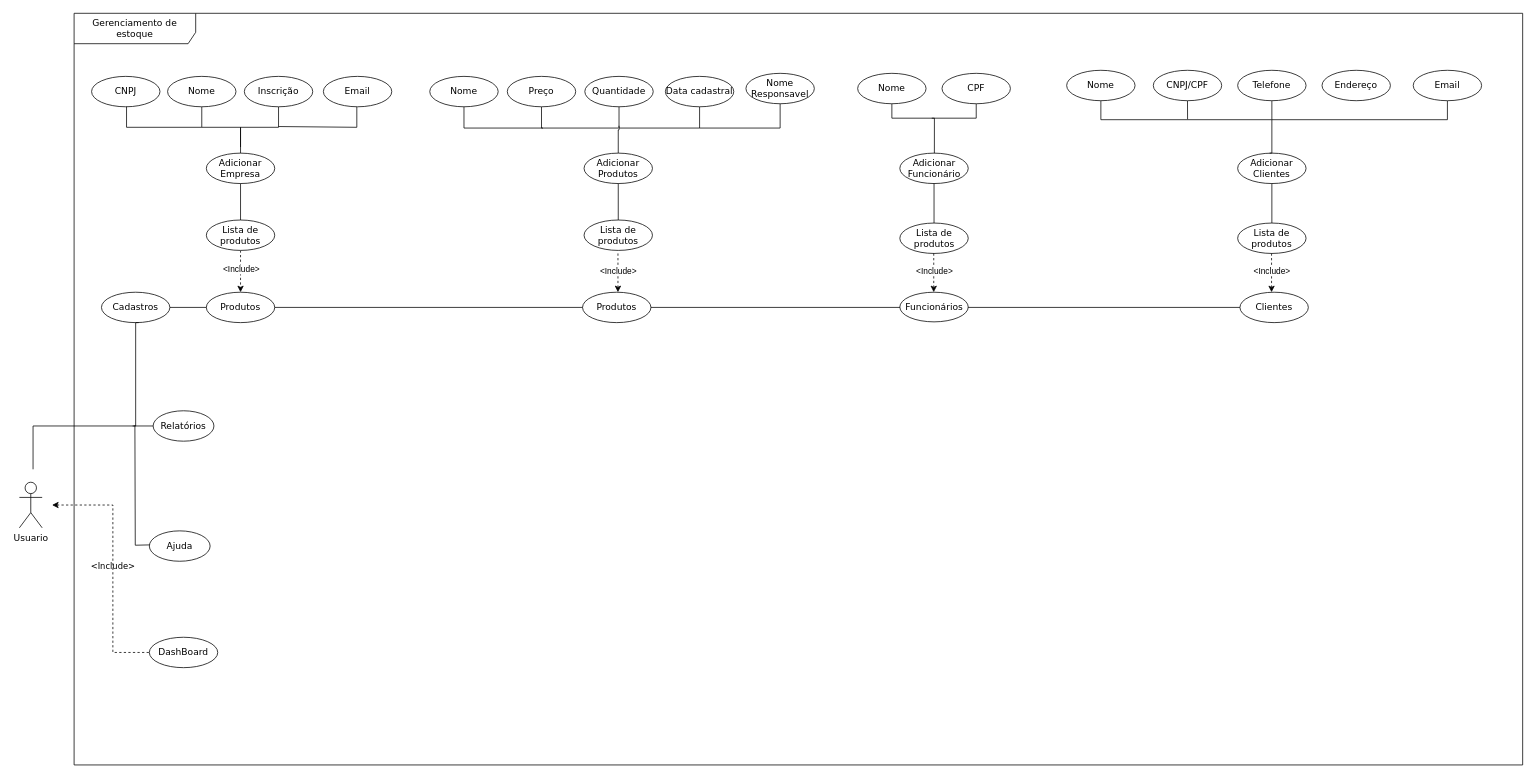
Earlier version of the draw.io diagram Esboço funcional do sistema.drawio (Tenpo0000/Sistema-Gerenciador-de-estoque). Source tidied: cells renumbered, new cells numbered last; positions are measured from the earlier drawing's top-left corner, leaving out a move shared by most shapes. Both pictures are drawn from the tidied source at 76%, with x=0, y=0 at pixel (19, 13).
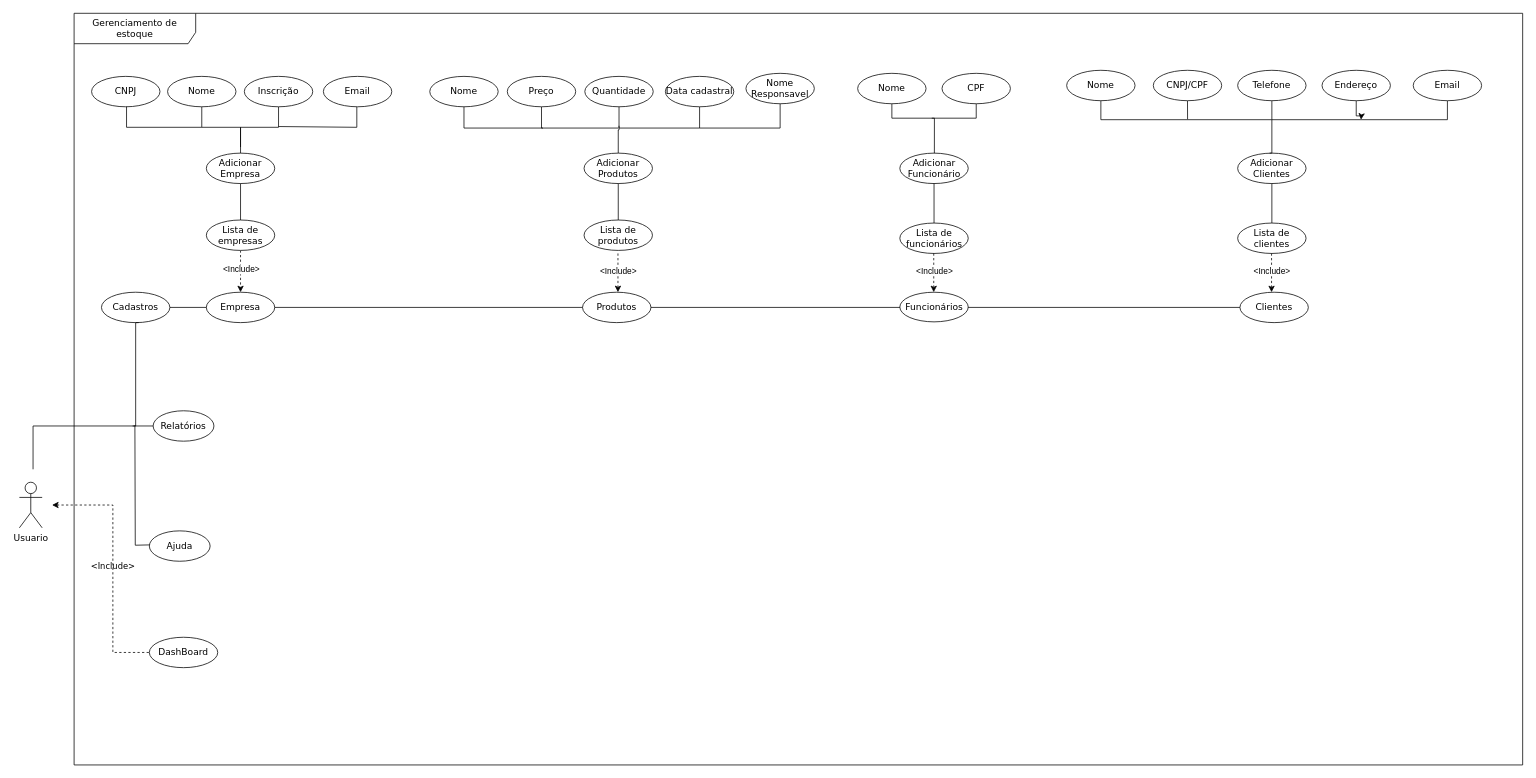
The same diagram, later.

The change refers to these unchanged cells:
```xml
<mxCell id="41" value="Endereço" style="ellipse;whiteSpace=wrap;html=1;hachureGap=4;fontFamily=Verdana;labelBackgroundColor=none;" parent="1" vertex="1">
  <mxGeometry x="1714" y="75" width="90" height="40" as="geometry" />
</mxCell>
```

What changed in the source:
```diff
@@
+    <mxCell id="68" style="edgeStyle=orthogonalEdgeStyle;rounded=0;jettySize=auto;html=1;" parent="1" edge="1" source="41">
+      <mxGeometry relative="1" as="geometry">
+        <mxPoint x="1765.3" y="140" as="targetPoint" />
+      </mxGeometry>
+    </mxCell>
@@
-    <mxCell id="54" value="Lista de produtos" style="ellipse;whiteSpace=wrap;html=1;hachureGap=4;fontFamily=Verdana;labelBackgroundColor=none;" parent="1" vertex="1">
+    <mxCell id="54" value="Lista de funcionários" style="ellipse;whiteSpace=wrap;html=1;hachureGap=4;fontFamily=Verdana;labelBackgroundColor=none;" parent="1" vertex="1">
       <mxGeometry x="1158.5" y="276" width="90" height="40" as="geometry" />
     </mxCell>
@@
-    <mxCell id="56" value="Lista de produtos" style="ellipse;whiteSpace=wrap;html=1;hachureGap=4;fontFamily=Verdana;labelBackgroundColor=none;" parent="1" vertex="1">
+    <mxCell id="56" value="Lista de clientes" style="ellipse;whiteSpace=wrap;html=1;hachureGap=4;fontFamily=Verdana;labelBackgroundColor=none;" parent="1" vertex="1">
       <mxGeometry x="1603" y="276" width="90" height="40" as="geometry" />
     </mxCell>
-    <mxCell id="57" value="Produtos" style="ellipse;whiteSpace=wrap;html=1;hachureGap=4;fontFamily=Verdana;labelBackgroundColor=none;" parent="1" vertex="1">
+    <mxCell id="57" value="Empresa" style="ellipse;whiteSpace=wrap;html=1;hachureGap=4;fontFamily=Verdana;labelBackgroundColor=none;" parent="1" vertex="1">
       <mxGeometry x="246" y="367" width="90" height="40" as="geometry" />
     </mxCell>
@@
-    <mxCell id="61" value="Lista de produtos" style="ellipse;whiteSpace=wrap;html=1;hachureGap=4;fontFamily=Verdana;labelBackgroundColor=none;" parent="1" vertex="1">
+    <mxCell id="61" value="Lista de empresas" style="ellipse;whiteSpace=wrap;html=1;hachureGap=4;fontFamily=Verdana;labelBackgroundColor=none;" parent="1" vertex="1">
       <mxGeometry x="246" y="272" width="90" height="40" as="geometry" />
     </mxCell>
```
